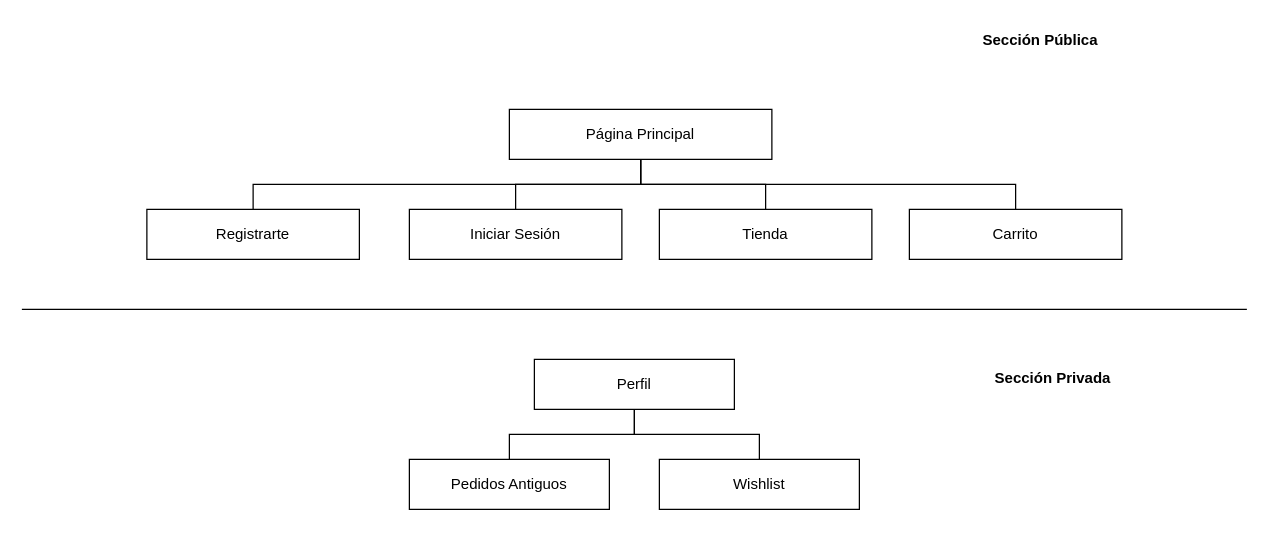
kunzagk/Proyecto-Final---Tienda- keeps this draw.io diagram as __documentation__/navegacion_vistas.drawio. Above is the earlier version. Source tidied: cells renumbered, new cells numbered last; positions are measured from the earlier drawing's top-left corner, leaving out a move shared by most shapes. Both pictures are drawn from the tidied source at 125%, with x=0, y=0 at pixel (21, 21).
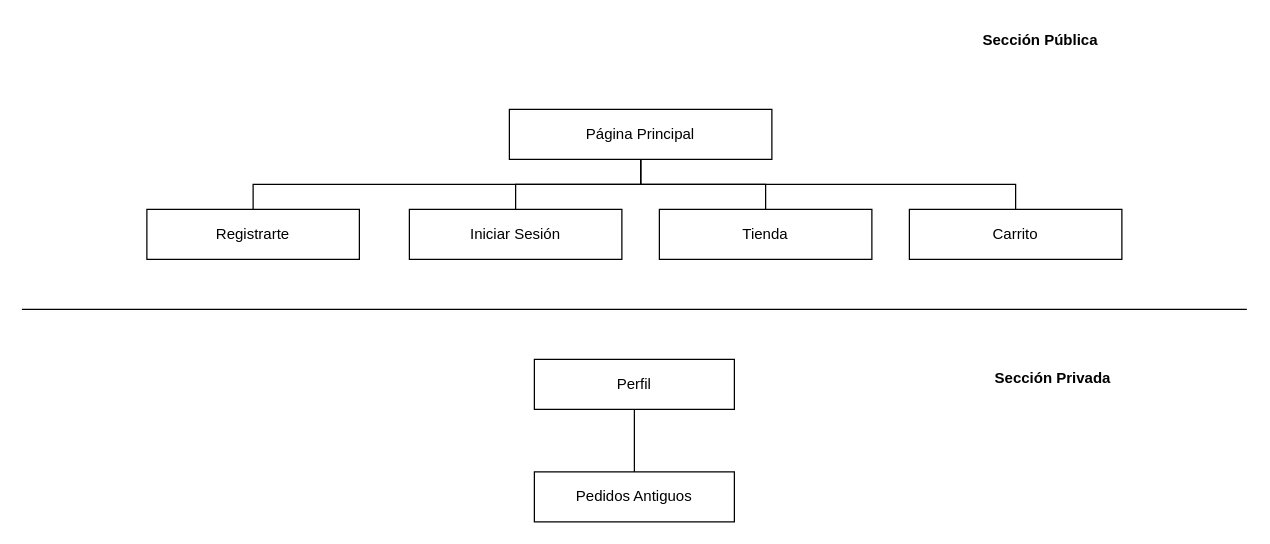
Above is the later version.

Commit message (it also covers changes not shown here):
agregando diseño tablas bbd

Change to the diagram source:
```diff
@@
 <mxGraphModel>
   <root>
     <mxCell id="0" />
     <mxCell id="1" parent="0" />
     <mxCell id="2" style="rounded=0;jettySize=auto;html=1;strokeColor=default;edgeStyle=orthogonalEdgeStyle;endArrow=none;endFill=0;" parent="1" edge="1" source="6" target="9">
       <mxGeometry relative="1" as="geometry" />
     </mxCell>
     <mxCell id="3" style="edgeStyle=orthogonalEdgeStyle;rounded=0;jettySize=auto;html=1;exitX=0.5;exitY=1;exitDx=0;exitDy=0;endArrow=none;endFill=0;" parent="1" edge="1" source="6" target="10">
       <mxGeometry relative="1" as="geometry" />
     </mxCell>
     <mxCell id="4" style="edgeStyle=orthogonalEdgeStyle;rounded=0;jettySize=auto;html=1;exitX=0.5;exitY=1;exitDx=0;exitDy=0;entryX=0.5;entryY=0;entryDx=0;entryDy=0;endArrow=none;endFill=0;" parent="1" edge="1" source="6" target="8">
       <mxGeometry relative="1" as="geometry" />
     </mxCell>
     <mxCell id="5" style="edgeStyle=orthogonalEdgeStyle;rounded=0;jettySize=auto;html=1;exitX=0.5;exitY=1;exitDx=0;exitDy=0;entryX=0.5;entryY=0;entryDx=0;entryDy=0;endArrow=none;endFill=0;" parent="1" edge="1" source="6" target="7">
       <mxGeometry relative="1" as="geometry" />
     </mxCell>
     <mxCell id="6" value="Página Principal" style="rounded=0;whiteSpace=wrap;html=1;" parent="1" vertex="1">
       <mxGeometry x="390" y="70" width="210" height="40" as="geometry" />
     </mxCell>
     <mxCell id="7" value="Registrarte" style="rounded=0;whiteSpace=wrap;html=1;" parent="1" vertex="1">
       <mxGeometry x="100" y="150" width="170" height="40" as="geometry" />
     </mxCell>
     <mxCell id="8" value="Iniciar Sesión" style="rounded=0;whiteSpace=wrap;html=1;" parent="1" vertex="1">
       <mxGeometry x="310" y="150" width="170" height="40" as="geometry" />
     </mxCell>
     <mxCell id="9" value="Tienda" style="rounded=0;whiteSpace=wrap;html=1;" parent="1" vertex="1">
       <mxGeometry x="510" y="150" width="170" height="40" as="geometry" />
     </mxCell>
     <mxCell id="10" value="Carrito" style="rounded=0;whiteSpace=wrap;html=1;" parent="1" vertex="1">
       <mxGeometry x="710" y="150" width="170" height="40" as="geometry" />
     </mxCell>
     <mxCell id="11" style="endArrow=none;html=1;rounded=0;" parent="1" edge="1">
       <mxGeometry relative="1" as="geometry">
         <mxPoint y="230" as="sourcePoint" />
         <mxPoint x="980" y="230" as="targetPoint" />
       </mxGeometry>
     </mxCell>
     <mxCell id="12" value="&lt;b&gt;Sección Pública&lt;/b&gt;" style="text;html=1;strokeColor=none;fillColor=none;align=center;verticalAlign=middle;whiteSpace=wrap;rounded=0;" parent="1" vertex="1">
       <mxGeometry x="750" width="130" height="30" as="geometry" />
     </mxCell>
     <mxCell id="13" style="edgeStyle=orthogonalEdgeStyle;rounded=0;jettySize=auto;html=1;exitX=0.5;exitY=1;exitDx=0;exitDy=0;entryX=0.5;entryY=0;entryDx=0;entryDy=0;endArrow=none;endFill=0;" parent="1" edge="1" source="15" target="17">
       <mxGeometry relative="1" as="geometry" />
     </mxCell>
-    <mxCell id="14" style="edgeStyle=orthogonalEdgeStyle;rounded=0;jettySize=auto;html=1;exitX=0.5;exitY=1;exitDx=0;exitDy=0;entryX=0.5;entryY=0;entryDx=0;entryDy=0;endArrow=none;endFill=0;" parent="1" edge="1" source="15" target="16">
-      <mxGeometry relative="1" as="geometry" />
-    </mxCell>
     <mxCell id="15" value="Perfil" style="rounded=0;whiteSpace=wrap;html=1;" parent="1" vertex="1">
       <mxGeometry x="410" y="270" width="160" height="40" as="geometry" />
     </mxCell>
-    <mxCell id="16" value="Wishlist" style="rounded=0;whiteSpace=wrap;html=1;" parent="1" vertex="1">
-      <mxGeometry x="510" y="350" width="160" height="40" as="geometry" />
-    </mxCell>
     <mxCell id="17" value="Pedidos Antiguos" style="rounded=0;whiteSpace=wrap;html=1;" parent="1" vertex="1">
-      <mxGeometry x="310" y="350" width="160" height="40" as="geometry" />
+      <mxGeometry x="410" y="360" width="160" height="40" as="geometry" />
     </mxCell>
     <mxCell id="18" value="&lt;b&gt;Sección Privada&lt;/b&gt;" style="text;html=1;strokeColor=none;fillColor=none;align=center;verticalAlign=middle;whiteSpace=wrap;rounded=0;" parent="1" vertex="1">
       <mxGeometry x="760" y="270" width="130" height="30" as="geometry" />
     </mxCell>
   </root>
 </mxGraphModel>
```
